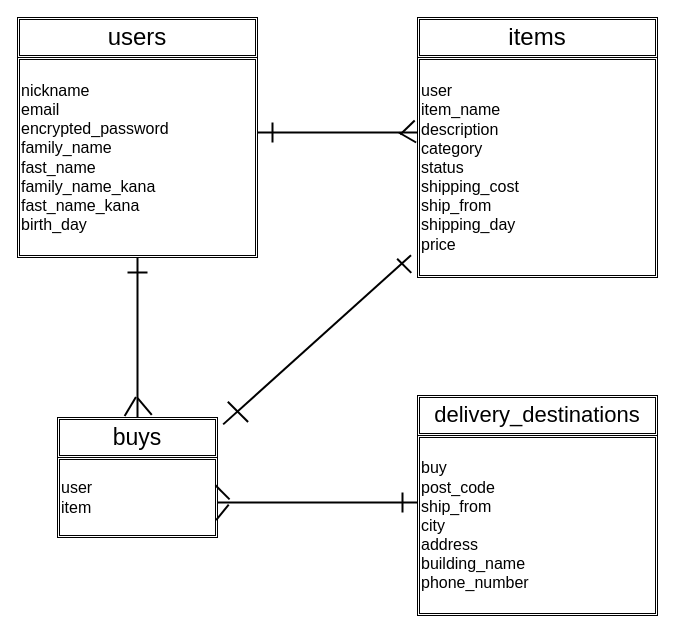
Before: FURIMA-34727.dio in LYFTaoz/furima-34727, a draw.io diagram. Source tidied: cells renumbered, new cells numbered last; positions are measured from the earlier drawing's top-left corner, leaving out a move shared by most shapes. Both pictures are drawn from the tidied source at 100%, with x=0, y=0 at pixel (17, 17).
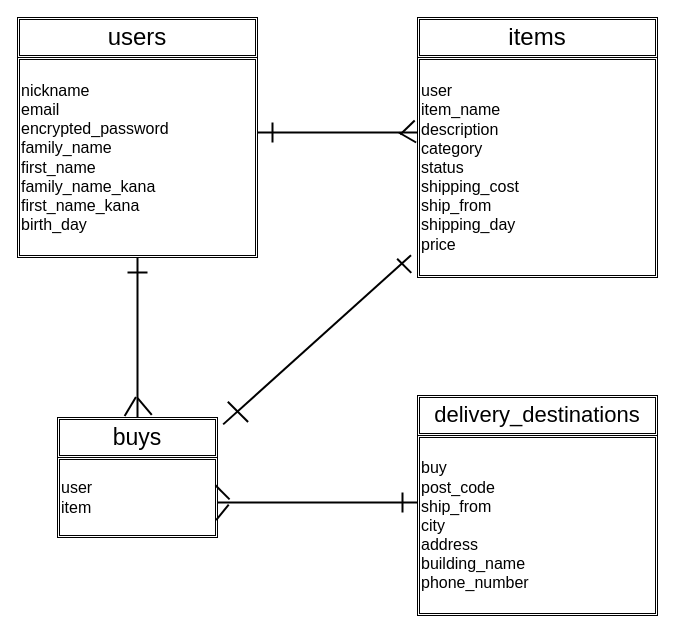
Above is the later version.

Commit message (it also covers changes not shown here):
データベース設計　修正８

Diff of the diagram source:
```diff
@@
-    <mxCell id="3" value="nickname&lt;br&gt;email&lt;br&gt;encrypted_password&lt;br&gt;family_name&lt;br&gt;fast_name&lt;br&gt;family_name_kana&lt;br&gt;fast_name_kana&lt;br&gt;birth_day" style="shape=ext;double=1;rounded=0;whiteSpace=wrap;html=1;align=left;fontSize=16;" parent="1" vertex="1">
+    <mxCell id="3" value="nickname&lt;br&gt;email&lt;br&gt;encrypted_password&lt;br&gt;family_name&lt;br&gt;first_name&lt;br&gt;family_name_kana&lt;br&gt;first_name_kana&lt;br&gt;birth_day" style="shape=ext;double=1;rounded=0;whiteSpace=wrap;html=1;align=left;fontSize=16;" parent="1" vertex="1">
       <mxGeometry y="40" width="240" height="200" as="geometry" />
     </mxCell>
```
